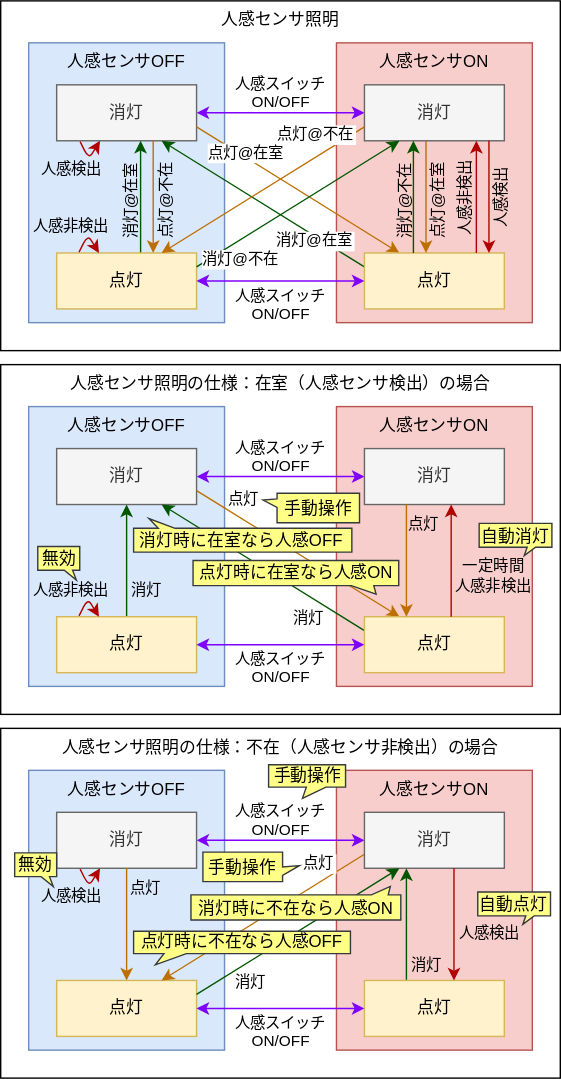
This is diagram.drawio.svg from kerikun11/esp32-matter-light, a draw.io export, as it was before one commit. Source tidied: cells renumbered, new cells last; positions are measured from the earlier drawing's top-left corner, leaving out a move shared by most shapes.
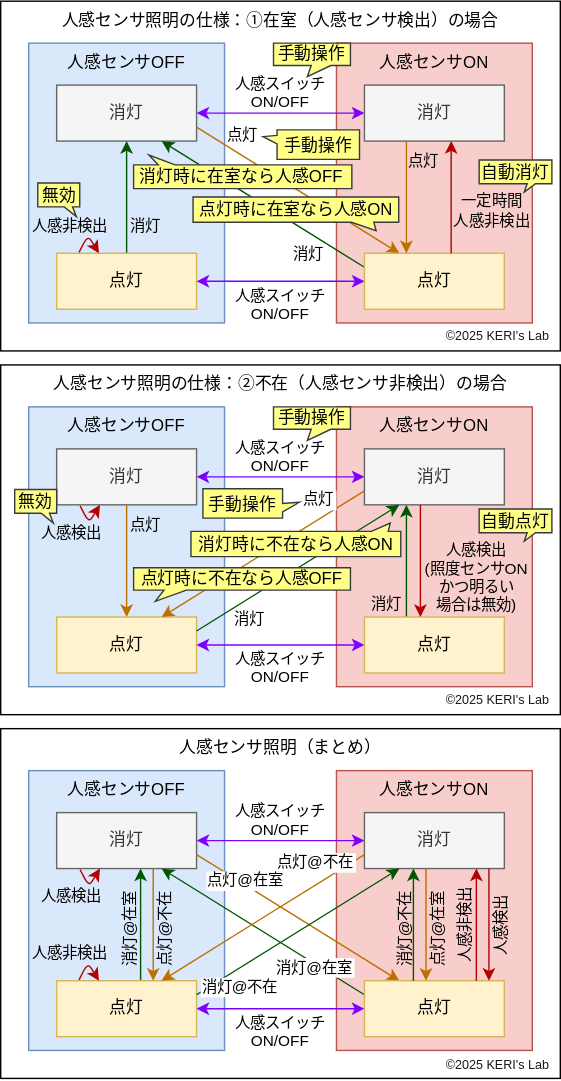
After the commit.

The edit, as a diff of the source:
```diff
@@ -2,14 +2,14 @@
   <root>
     <mxCell id="0" />
     <mxCell id="1" parent="0" />
-    <mxCell id="2" value="人感センサ照明" style="rounded=0;whiteSpace=wrap;verticalAlign=top;" parent="1" vertex="1">
-      <mxGeometry width="400" height="250" as="geometry" />
+    <mxCell id="2" value="人感センサ照明（まとめ）" style="rounded=0;whiteSpace=wrap;verticalAlign=top;" parent="1" vertex="1">
+      <mxGeometry y="780" width="400" height="250" as="geometry" />
     </mxCell>
     <mxCell id="3" value="人感センサOFF" style="rounded=0;whiteSpace=wrap;verticalAlign=top;fillColor=#dae8fc;strokeColor=#6c8ebf;spacing=2;" parent="1" vertex="1">
-      <mxGeometry x="20" y="30" width="140" height="200" as="geometry" />
+      <mxGeometry x="20" y="810" width="140" height="200" as="geometry" />
     </mxCell>
     <mxCell id="4" value="人感センサON" style="rounded=0;whiteSpace=wrap;verticalAlign=top;fillColor=#f8cecc;strokeColor=#b85450;spacing=2;" parent="1" vertex="1">
-      <mxGeometry x="240" y="30" width="140" height="200" as="geometry" />
+      <mxGeometry x="240" y="810" width="140" height="200" as="geometry" />
     </mxCell>
     <mxCell id="5" style="edgeStyle=none;exitX=1;exitY=0.5;exitDx=0;exitDy=0;entryX=0;entryY=0.5;entryDx=0;entryDy=0;fillColor=#0050ef;strokeColor=#7F00FF;startArrow=classic;startFill=1;" parent="1" edge="1" source="7" target="13">
       <mxGeometry relative="1" as="geometry" />
@@ -20,12 +20,12 @@
       </mxGeometry>
     </mxCell>
     <mxCell id="7" value="消灯" style="rounded=0;whiteSpace=wrap;fillColor=#f5f5f5;fontColor=#333333;strokeColor=#666666;" parent="1" vertex="1">
-      <mxGeometry x="40" y="60" width="100" height="40" as="geometry" />
+      <mxGeometry x="40" y="840" width="100" height="40" as="geometry" />
     </mxCell>
     <mxCell id="8" style="edgeStyle=none;entryX=0.75;entryY=1;entryDx=0;entryDy=0;fillColor=#008a00;strokeColor=#005700;exitX=0.75;exitY=0;exitDx=0;exitDy=0;" parent="1" edge="1">
       <mxGeometry relative="1" as="geometry">
-        <mxPoint x="100" y="180.2" as="sourcePoint" />
-        <mxPoint x="100" y="100" as="targetPoint" />
+        <mxPoint x="100" y="960.2" as="sourcePoint" />
+        <mxPoint x="100" y="880" as="targetPoint" />
       </mxGeometry>
     </mxCell>
     <mxCell id="9" value="消灯@在室" style="edgeLabel;align=right;verticalAlign=middle;horizontal=0;textShadow=0;labelBackgroundColor=none;fontColor=default;fontStyle=0;labelBorderColor=none;" parent="8" vertex="1">
@@ -34,7 +34,7 @@
       </mxGeometry>
     </mxCell>
     <mxCell id="10" value="点灯" style="rounded=0;whiteSpace=wrap;fillColor=#fff2cc;strokeColor=#d6b656;" parent="1" vertex="1">
-      <mxGeometry x="40" y="180.2" width="100" height="40" as="geometry" />
+      <mxGeometry x="40" y="960.2" width="100" height="40" as="geometry" />
     </mxCell>
     <mxCell id="11" style="edgeStyle=none;exitX=1;exitY=0.75;exitDx=0;exitDy=0;entryX=0.25;entryY=0;entryDx=0;entryDy=0;fillColor=#f0a30a;strokeColor=#BD7000;" parent="1" edge="1" source="7" target="16">
       <mxGeometry relative="1" as="geometry" />
@@ -45,7 +45,7 @@
       </mxGeometry>
     </mxCell>
     <mxCell id="13" value="消灯" style="rounded=0;whiteSpace=wrap;fillColor=#f5f5f5;fontColor=#333333;strokeColor=#666666;" parent="1" vertex="1">
-      <mxGeometry x="260" y="60" width="100" height="40" as="geometry" />
+      <mxGeometry x="260" y="840" width="100" height="40" as="geometry" />
     </mxCell>
     <mxCell id="14" style="edgeStyle=none;entryX=0.75;entryY=1;entryDx=0;entryDy=0;exitX=0;exitY=0.25;exitDx=0;exitDy=0;fillColor=#008a00;strokeColor=#005700;" parent="1" edge="1" source="16" target="7">
       <mxGeometry relative="1" as="geometry" />
@@ -56,12 +56,12 @@
       </mxGeometry>
     </mxCell>
     <mxCell id="16" value="点灯" style="rounded=0;whiteSpace=wrap;fillColor=#fff2cc;strokeColor=#d6b656;" parent="1" vertex="1">
-      <mxGeometry x="260" y="180.2" width="100" height="40" as="geometry" />
+      <mxGeometry x="260" y="960.2" width="100" height="40" as="geometry" />
     </mxCell>
     <mxCell id="17" style="edgeStyle=none;exitX=0.5;exitY=1;exitDx=0;exitDy=0;fillColor=#e51400;strokeColor=#B20000;entryX=0.5;entryY=0;entryDx=0;entryDy=0;" parent="1" edge="1">
       <mxGeometry relative="1" as="geometry">
-        <mxPoint x="349" y="100" as="sourcePoint" />
-        <mxPoint x="349" y="180.2" as="targetPoint" />
+        <mxPoint x="349" y="880" as="sourcePoint" />
+        <mxPoint x="349" y="960.2" as="targetPoint" />
       </mxGeometry>
     </mxCell>
     <mxCell id="18" value="人感検出" style="edgeLabel;align=center;verticalAlign=middle;labelBackgroundColor=none;horizontal=0;fontColor=default;fontStyle=0;labelBorderColor=none;" parent="17" vertex="1">
@@ -71,8 +71,8 @@
     </mxCell>
     <mxCell id="19" style="edgeStyle=none;entryX=0.75;entryY=1;entryDx=0;entryDy=0;exitX=0.75;exitY=0;exitDx=0;exitDy=0;fillColor=#e51400;strokeColor=#B20000;" parent="1" edge="1">
       <mxGeometry relative="1" as="geometry">
-        <mxPoint x="340" y="180.2" as="sourcePoint" />
-        <mxPoint x="340" y="100" as="targetPoint" />
+        <mxPoint x="340" y="960.2" as="sourcePoint" />
+        <mxPoint x="340" y="880" as="targetPoint" />
       </mxGeometry>
     </mxCell>
     <mxCell id="20" value="人感非検出" style="edgeLabel;align=center;verticalAlign=middle;horizontal=0;textShadow=0;labelBackgroundColor=none;fontColor=default;fontStyle=0;labelBorderColor=none;" parent="19" vertex="1">
@@ -82,10 +82,10 @@
     </mxCell>
     <mxCell id="21" style="edgeStyle=none;entryX=0.25;entryY=1;entryDx=0;entryDy=0;exitX=0.072;exitY=1.016;exitDx=0;exitDy=0;exitPerimeter=0;fillColor=#e51400;strokeColor=#B20000;" parent="1" edge="1">
       <mxGeometry relative="1" as="geometry">
-        <mxPoint x="56.8" y="100.6" as="sourcePoint" />
-        <mxPoint x="71" y="100" as="targetPoint" />
+        <mxPoint x="56.8" y="880.6" as="sourcePoint" />
+        <mxPoint x="71" y="880" as="targetPoint" />
         <Array as="points">
-          <mxPoint x="63" y="113" />
+          <mxPoint x="63" y="893" />
         </Array>
       </mxGeometry>
     </mxCell>
@@ -96,10 +96,10 @@
     </mxCell>
     <mxCell id="23" style="edgeStyle=none;entryX=0.25;entryY=1;entryDx=0;entryDy=0;exitX=0.072;exitY=1.016;exitDx=0;exitDy=0;exitPerimeter=0;fillColor=#e51400;strokeColor=#B20000;" parent="1" edge="1">
       <mxGeometry relative="1" as="geometry">
-        <mxPoint x="56" y="179.6" as="sourcePoint" />
-        <mxPoint x="70.2" y="180.2" as="targetPoint" />
+        <mxPoint x="56" y="959.5" as="sourcePoint" />
+        <mxPoint x="70.2" y="960.2" as="targetPoint" />
         <Array as="points">
-          <mxPoint x="62.2" y="167.2" />
+          <mxPoint x="62.2" y="947.2" />
         </Array>
       </mxGeometry>
     </mxCell>
@@ -118,8 +118,8 @@
     </mxCell>
     <mxCell id="27" style="edgeStyle=none;exitX=0.75;exitY=1;exitDx=0;exitDy=0;entryX=0.75;entryY=0;entryDx=0;entryDy=0;fillColor=#f0a30a;strokeColor=#BD7000;align=left;" parent="1" edge="1">
       <mxGeometry relative="1" as="geometry">
-        <mxPoint x="109" y="100" as="sourcePoint" />
-        <mxPoint x="109" y="180.2" as="targetPoint" />
+        <mxPoint x="109" y="880" as="sourcePoint" />
+        <mxPoint x="109" y="960.2" as="targetPoint" />
       </mxGeometry>
     </mxCell>
     <mxCell id="28" value="点灯@不在" style="edgeLabel;align=left;verticalAlign=middle;labelBackgroundColor=none;horizontal=0;fontColor=default;fontStyle=0;labelBorderColor=none;" parent="27" vertex="1">
@@ -145,8 +145,8 @@
     </mxCell>
     <mxCell id="33" style="edgeStyle=none;entryX=0.75;entryY=1;entryDx=0;entryDy=0;fillColor=#008a00;strokeColor=#005700;exitX=0.75;exitY=0;exitDx=0;exitDy=0;" parent="1" edge="1">
       <mxGeometry relative="1" as="geometry">
-        <mxPoint x="295" y="180.2" as="sourcePoint" />
-        <mxPoint x="295" y="100" as="targetPoint" />
+        <mxPoint x="295" y="960.2" as="sourcePoint" />
+        <mxPoint x="295" y="880" as="targetPoint" />
       </mxGeometry>
     </mxCell>
     <mxCell id="34" value="消灯@不在" style="edgeLabel;align=right;verticalAlign=middle;horizontal=0;textShadow=0;labelBackgroundColor=none;fontColor=default;fontStyle=0;labelBorderColor=none;" parent="33" vertex="1">
@@ -156,8 +156,8 @@
     </mxCell>
     <mxCell id="35" style="edgeStyle=none;exitX=0.75;exitY=1;exitDx=0;exitDy=0;entryX=0.75;entryY=0;entryDx=0;entryDy=0;fillColor=#f0a30a;strokeColor=#BD7000;align=left;" parent="1" edge="1">
       <mxGeometry relative="1" as="geometry">
-        <mxPoint x="304" y="100" as="sourcePoint" />
-        <mxPoint x="304" y="180.2" as="targetPoint" />
+        <mxPoint x="304" y="880" as="sourcePoint" />
+        <mxPoint x="304" y="960.2" as="targetPoint" />
       </mxGeometry>
     </mxCell>
     <mxCell id="36" value="点灯@在室" style="edgeLabel;align=left;verticalAlign=middle;labelBackgroundColor=none;horizontal=0;fontColor=default;fontStyle=0;labelBorderColor=none;" parent="35" vertex="1">
@@ -165,7 +165,7 @@
         <mxPoint x="13" y="36" as="offset" />
       </mxGeometry>
     </mxCell>
-    <mxCell id="37" value="人感センサ照明の仕様：在室（人感センサ検出）の場合" style="rounded=0;whiteSpace=wrap;verticalAlign=top;" parent="1" vertex="1">
+    <mxCell id="37" value="人感センサ照明の仕様：①在室（人感センサ検出）の場合" style="rounded=0;whiteSpace=wrap;verticalAlign=top;" parent="1" vertex="1">
       <mxGeometry y="260" width="400" height="250" as="geometry" />
     </mxCell>
     <mxCell id="38" value="人感センサOFF" style="rounded=0;whiteSpace=wrap;verticalAlign=top;fillColor=#dae8fc;strokeColor=#6c8ebf;spacing=2;" parent="1" vertex="1">
@@ -283,7 +283,7 @@
     <mxCell id="65" value="消灯時に在室なら人感OFF" style="text;align=center;verticalAlign=middle;strokeColor=none;fillColor=none;" parent="1" vertex="1">
       <mxGeometry x="87" y="370" width="170" height="30" as="geometry" />
     </mxCell>
-    <mxCell id="66" value="人感センサ照明の仕様：不在（人感センサ非検出）の場合" style="rounded=0;whiteSpace=wrap;verticalAlign=top;" parent="1" vertex="1">
+    <mxCell id="66" value="人感センサ照明の仕様：②不在（人感センサ非検出）の場合" style="rounded=0;whiteSpace=wrap;verticalAlign=top;" parent="1" vertex="1">
       <mxGeometry y="520" width="400" height="250" as="geometry" />
     </mxCell>
     <mxCell id="67" value="人感センサOFF" style="rounded=0;whiteSpace=wrap;verticalAlign=top;fillColor=#dae8fc;strokeColor=#6c8ebf;spacing=2;" parent="1" vertex="1">
@@ -311,7 +311,7 @@
     </mxCell>
     <mxCell id="73" value="消灯" style="edgeLabel;align=right;verticalAlign=middle;horizontal=1;textShadow=0;labelBackgroundColor=none;fontColor=default;fontStyle=0;labelBorderColor=none;" parent="72" vertex="1">
       <mxGeometry x="-0.04" y="-1" relative="1" as="geometry">
-        <mxPoint x="25" y="26" as="offset" />
+        <mxPoint x="-3" y="28" as="offset" />
       </mxGeometry>
     </mxCell>
     <mxCell id="74" value="点灯" style="rounded=0;whiteSpace=wrap;fillColor=#fff2cc;strokeColor=#d6b656;" parent="1" vertex="1">
@@ -341,13 +341,13 @@
     </mxCell>
     <mxCell id="81" style="edgeStyle=none;exitX=0.75;exitY=1;exitDx=0;exitDy=0;fillColor=#e51400;strokeColor=#B20000;entryX=0.75;entryY=0;entryDx=0;entryDy=0;" parent="1" edge="1">
       <mxGeometry relative="1" as="geometry">
-        <mxPoint x="324" y="620" as="sourcePoint" />
-        <mxPoint x="324" y="700.2" as="targetPoint" />
+        <mxPoint x="300" y="620" as="sourcePoint" />
+        <mxPoint x="300" y="700.2" as="targetPoint" />
       </mxGeometry>
     </mxCell>
-    <mxCell id="82" value="人感検出" style="edgeLabel;align=center;verticalAlign=middle;labelBackgroundColor=none;horizontal=1;fontColor=default;fontStyle=0;labelBorderColor=none;" parent="81" vertex="1">
+    <mxCell id="82" value="人感検出&#10;(照度センサON&#10;かつ明るい&#10;場合は無効)" style="edgeLabel;align=center;verticalAlign=middle;labelBackgroundColor=none;horizontal=1;fontColor=default;fontStyle=0;labelBorderColor=none;" parent="81" vertex="1">
       <mxGeometry x="-0.12" y="-5" relative="1" as="geometry">
-        <mxPoint x="30" y="10" as="offset" />
+        <mxPoint x="45" y="16" as="offset" />
       </mxGeometry>
     </mxCell>
     <mxCell id="83" style="edgeStyle=none;entryX=0.25;entryY=1;entryDx=0;entryDy=0;exitX=0.072;exitY=1.016;exitDx=0;exitDy=0;exitPerimeter=0;fillColor=#e51400;strokeColor=#B20000;" parent="1" edge="1">
@@ -368,7 +368,7 @@
       <mxGeometry x="10" y="609" width="30" height="24" as="geometry" />
     </mxCell>
     <mxCell id="86" value="手動操作" style="shape=callout;whiteSpace=wrap;perimeter=calloutPerimeter;position2=0.44;base=14;size=8;position=0.49;fillColor=#ffff88;strokeColor=#36393d;" parent="1" vertex="1">
-      <mxGeometry x="191.5" y="546" width="55" height="24" as="geometry" />
+      <mxGeometry x="195" y="290" width="55" height="24" as="geometry" />
     </mxCell>
     <mxCell id="87" style="edgeStyle=none;exitX=1;exitY=0.5;exitDx=0;exitDy=0;entryX=0;entryY=0.5;entryDx=0;entryDy=0;fillColor=#0050ef;strokeColor=#7F00FF;startArrow=classic;startFill=1;" parent="1" edge="1" source="74" target="80">
       <mxGeometry relative="1" as="geometry" />
@@ -399,7 +399,7 @@
       <mxGeometry x="131" y="633" width="160" height="30" as="geometry" />
     </mxCell>
     <mxCell id="94" value="自動点灯" style="shape=callout;perimeter=calloutPerimeter;position2=0.62;base=6;size=6;position=0.66;fillColor=#ffff88;strokeColor=#36393d;" parent="1" vertex="1">
-      <mxGeometry x="341" y="637" width="52" height="23" as="geometry" />
+      <mxGeometry x="342" y="623" width="52" height="23" as="geometry" />
     </mxCell>
     <mxCell id="95" value="手動操作" style="text;align=center;verticalAlign=middle;strokeColor=none;fillColor=none;" parent="1" vertex="1">
       <mxGeometry x="192" y="347.5" width="70" height="30" as="geometry" />
@@ -410,5 +410,17 @@
     <mxCell id="97" value="手動操作" style="text;align=center;verticalAlign=middle;strokeColor=none;fillColor=none;" parent="1" vertex="1">
       <mxGeometry x="138" y="604" width="70" height="30" as="geometry" />
     </mxCell>
+    <mxCell id="98" value="©2025 KERI's Lab" style="text;html=1;align=center;verticalAlign=middle;strokeColor=none;fillColor=none;spacing=-2;fontSize=9;fontColor=#1A1A1A;fontStyle=0;" parent="1" vertex="1">
+      <mxGeometry x="310" y="1011" width="90" height="20" as="geometry" />
+    </mxCell>
+    <mxCell id="99" value="©2025 KERI's Lab" style="text;html=1;align=center;verticalAlign=middle;strokeColor=none;fillColor=none;spacing=-2;fontSize=9;fontColor=#1A1A1A;fontStyle=0;" parent="1" vertex="1">
+      <mxGeometry x="310" y="490" width="90" height="20" as="geometry" />
+    </mxCell>
+    <mxCell id="100" value="©2025 KERI's Lab" style="text;html=1;align=center;verticalAlign=middle;strokeColor=none;fillColor=none;spacing=-2;fontSize=9;fontColor=#1A1A1A;fontStyle=0;" parent="1" vertex="1">
+      <mxGeometry x="310" y="750" width="90" height="20" as="geometry" />
+    </mxCell>
+    <mxCell id="101" value="手動操作" style="shape=callout;whiteSpace=wrap;perimeter=calloutPerimeter;position2=0.44;base=14;size=8;position=0.49;fillColor=#ffff88;strokeColor=#36393d;" parent="1" vertex="1">
+      <mxGeometry x="195" y="550" width="55" height="24" as="geometry" />
+    </mxCell>
   </root>
 </mxGraphModel>
```
